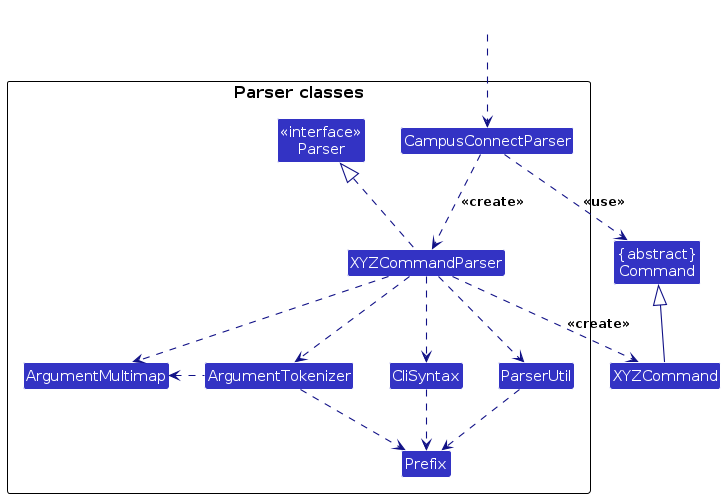
Earlier version of the PlantUML export diagrams/ParserClasses.png (AY2425S1-CS2103T-F14a-4/tp). Its source is kept beside it as diagrams/ParserClasses.puml.
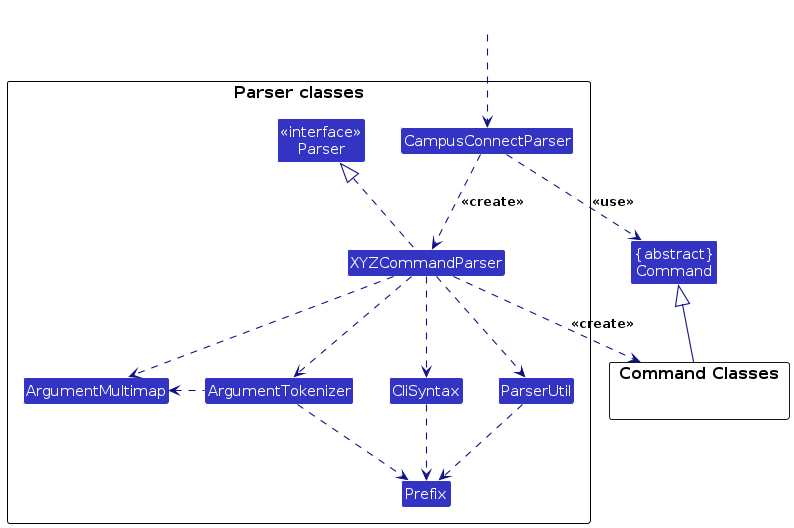
The same file after the commit.

The edit, as a diff of the source:
```diff
@@ -5,7 +5,8 @@
 skinparam classBackgroundColor LOGIC_COLOR
 
 Class "{abstract}\nCommand" as Command
-Class XYZCommand
+package "Command Classes" as CommandClasses {
+}
 
 package "Parser classes"{
 Class "<<interface>>\nParser" as Parser
@@ -23,7 +24,7 @@
 
 CampusConnectParser .down.> XYZCommandParser: <<create>>
 
-XYZCommandParser ..> XYZCommand : <<create>>
+XYZCommandParser ..> CommandClasses : <<create>>
 CampusConnectParser ..> Command : <<use>>
 XYZCommandParser .up.|> Parser
 XYZCommandParser ..> ArgumentMultimap
@@ -34,5 +35,5 @@
 XYZCommandParser ..> ParserUtil
 ParserUtil .down.> Prefix
 ArgumentTokenizer .down.> Prefix
-XYZCommand -up-|> Command
+CommandClasses -up-|> Command
 @enduml
```
